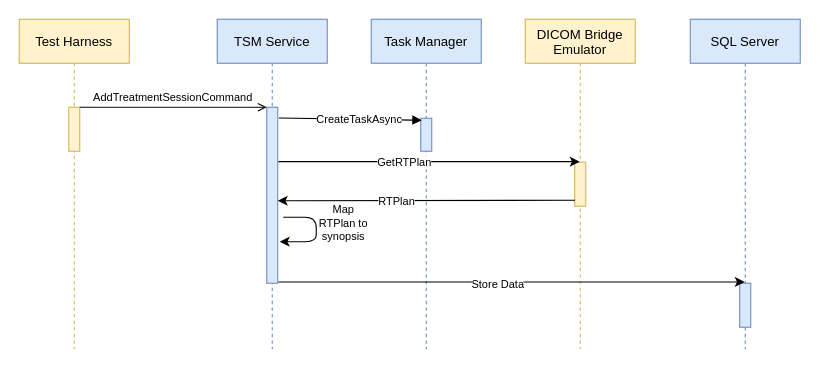
Before: DICOM Bridge Emulator.drawio in xyzish/Diagram, a draw.io diagram. Source tidied: cells renumbered, new cells numbered last; positions are measured from the earlier drawing's top-left corner, leaving out a move shared by most shapes. Both pictures are drawn from the tidied source at 110%, with x=0, y=0 at pixel (19, 19).
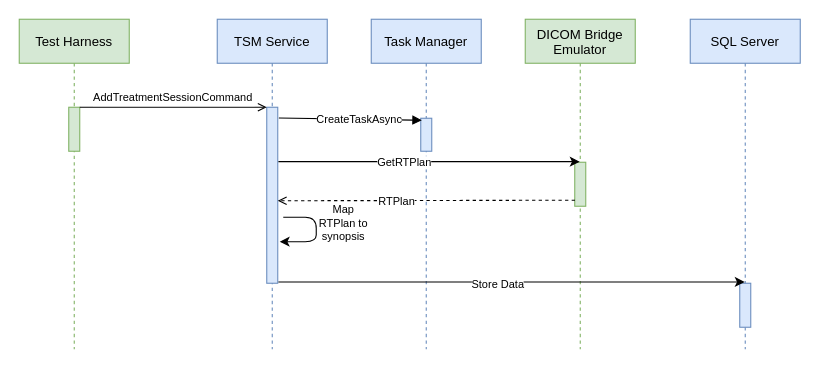
The same page after the edit.

What changed in the source:
```diff
@@
-    <mxCell id="2" value="Test Harness" style="shape=umlLifeline;perimeter=lifelinePerimeter;rounded=0;shadow=0;strokeWidth=1;fillColor=#fff2cc;strokeColor=#d6b656;" parent="1" vertex="1">
+    <mxCell id="2" value="Test Harness" style="shape=umlLifeline;perimeter=lifelinePerimeter;rounded=0;shadow=0;strokeWidth=1;fillColor=#d5e8d4;strokeColor=#82b366;" parent="1" vertex="1">
       <mxGeometry width="100" height="300" as="geometry" />
     </mxCell>
-    <mxCell id="3" style="points=[];perimeter=orthogonalPerimeter;rounded=0;shadow=0;strokeWidth=1;fillColor=#fff2cc;strokeColor=#d6b656;" parent="2" vertex="1">
+    <mxCell id="3" style="points=[];perimeter=orthogonalPerimeter;rounded=0;shadow=0;strokeWidth=1;fillColor=#d5e8d4;strokeColor=#82b366;" parent="2" vertex="1">
       <mxGeometry x="45" y="80" width="10" height="40" as="geometry" />
     </mxCell>
@@
-    <mxCell id="10" value="DICOM Bridge&#10; Emulator" style="shape=umlLifeline;perimeter=lifelinePerimeter;rounded=0;shadow=0;strokeWidth=1;fillColor=#fff2cc;strokeColor=#d6b656;" parent="1" vertex="1">
+    <mxCell id="10" value="DICOM Bridge&#10; Emulator" style="shape=umlLifeline;perimeter=lifelinePerimeter;rounded=0;shadow=0;strokeWidth=1;fillColor=#d5e8d4;strokeColor=#82b366;" parent="1" vertex="1">
       <mxGeometry x="460" width="100" height="300" as="geometry" />
     </mxCell>
-    <mxCell id="11" style="points=[];perimeter=orthogonalPerimeter;rounded=0;shadow=0;strokeWidth=1;fillColor=#fff2cc;strokeColor=#d6b656;" parent="10" vertex="1">
+    <mxCell id="11" style="points=[];perimeter=orthogonalPerimeter;rounded=0;shadow=0;strokeWidth=1;fillColor=#d5e8d4;strokeColor=#82b366;" parent="10" vertex="1">
       <mxGeometry x="45" y="130" width="10" height="40" as="geometry" />
     </mxCell>
@@
-    <mxCell id="16" style="endArrow=classic;html=1;fontSize=10;exitX=0.02;exitY=0.863;exitDx=0;exitDy=0;exitPerimeter=0;" parent="1" edge="1" source="11">
+    <mxCell id="16" style="endArrow=open;html=1;fontSize=10;exitX=0.02;exitY=0.863;exitDx=0;exitDy=0;exitPerimeter=0;dashed=1;endFill=0;" parent="1" edge="1" source="11">
       <mxGeometry relative="1" as="geometry">
         <mxPoint x="235" y="165" as="targetPoint" />
       </mxGeometry>
     </mxCell>
```
